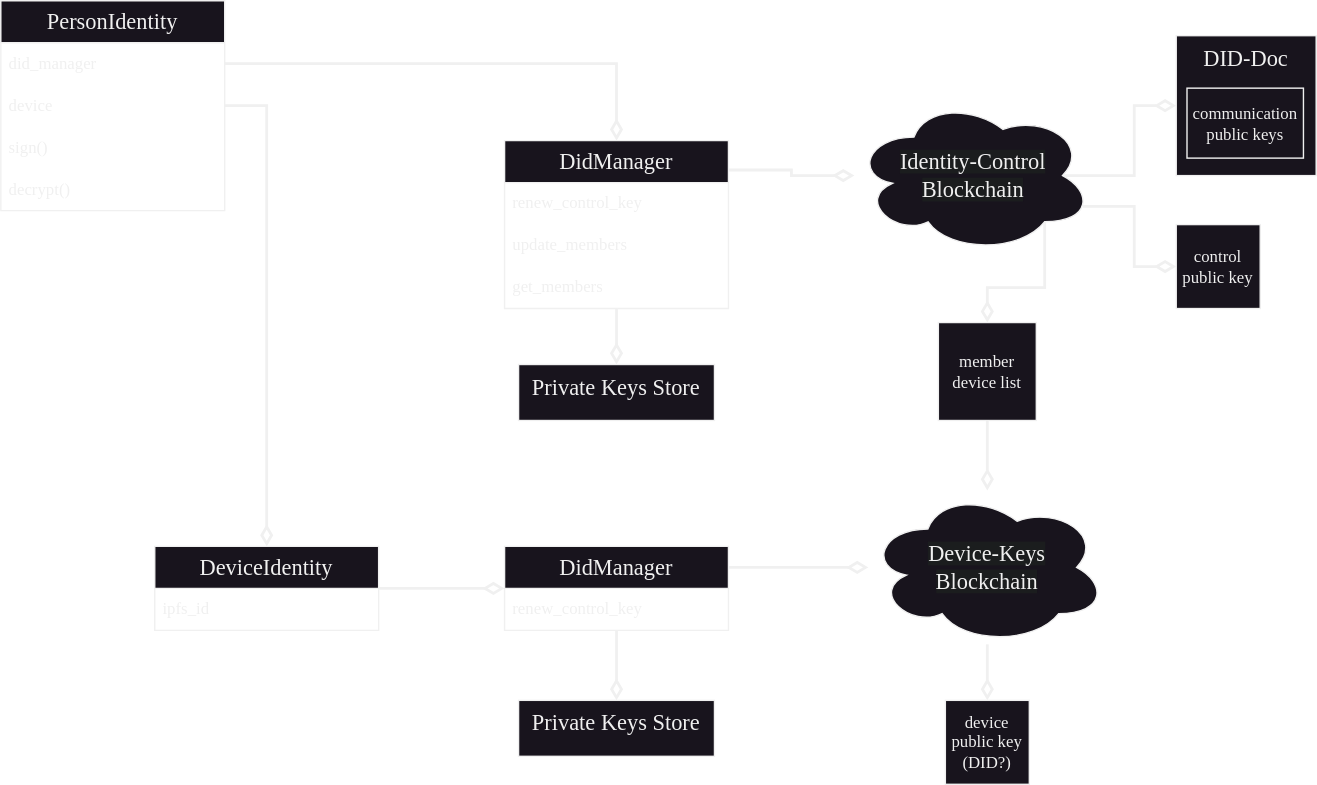
Before: KeyManagement.drawio.svg, a diagram exported from draw.io (emendir/WalytisIdentities). Source tidied: cells renumbered, new cells last; positions are measured from the earlier drawing's top-left corner, leaving out a move shared by most shapes.
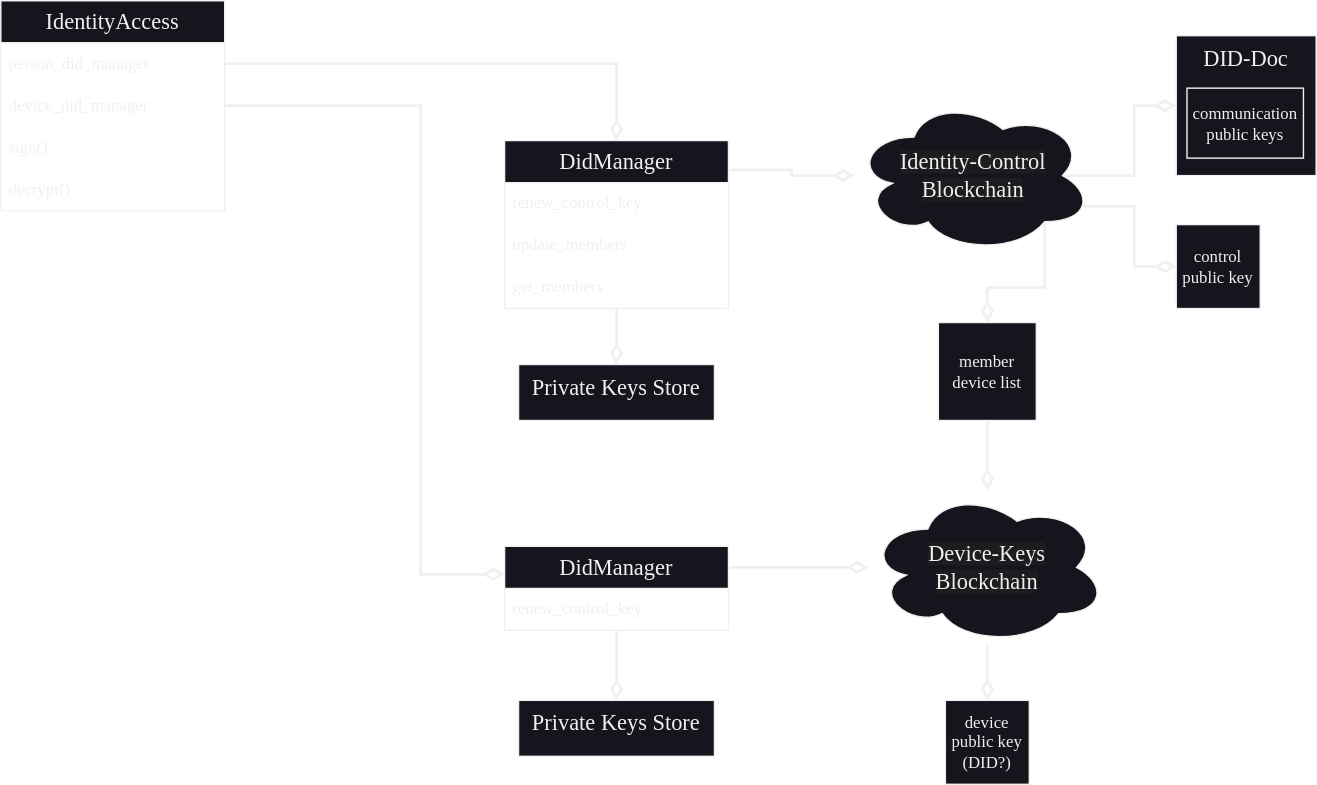
Later version of the same file.

Diff of the diagram source:
```diff
@@ -29,8 +29,13 @@
     <mxCell id="10" style="edgeStyle=orthogonalEdgeStyle;rounded=0;jettySize=auto;html=1;endArrow=diamondThin;endFill=0;strokeWidth=2;fontFamily=Libertinus;endSize=10;" parent="1" edge="1" source="32" target="9">
       <mxGeometry relative="1" as="geometry" />
     </mxCell>
-    <mxCell id="11" style="rounded=0;jettySize=auto;html=1;endArrow=diamondThin;endFill=0;strokeWidth=2;fontFamily=Libertinus;endSize=10;exitX=1;exitY=0.5;exitDx=0;exitDy=0;edgeStyle=orthogonalEdgeStyle;" parent="1" edge="1" source="27" target="21">
-      <mxGeometry relative="1" as="geometry" />
+    <mxCell id="11" style="rounded=0;jettySize=auto;html=1;endArrow=diamondThin;endFill=0;strokeWidth=2;fontFamily=Libertinus;endSize=10;exitX=1;exitY=0.5;exitDx=0;exitDy=0;edgeStyle=orthogonalEdgeStyle;" parent="1" edge="1" source="27" target="32">
+      <mxGeometry relative="1" as="geometry">
+        <Array as="points">
+          <mxPoint x="300" y="75" />
+          <mxPoint x="300" y="410" />
+        </Array>
+      </mxGeometry>
     </mxCell>
     <mxCell id="12" value="&lt;font style=&quot;font-size: 16px;&quot;&gt;DidManager&lt;/font&gt;" style="swimlane;fontStyle=0;horizontal=1;startSize=30;whiteSpace=wrap;html=1;fontFamily=Libertinus;" parent="1" vertex="1">
       <mxGeometry x="360" y="100" width="160" height="120" as="geometry" />
@@ -59,25 +64,19 @@
     <mxCell id="20" value="&lt;span style=&quot;color: rgb(240, 240, 240); font-family: Libertinus; font-size: 16px; font-style: normal; font-variant-ligatures: normal; font-variant-caps: normal; font-weight: 400; letter-spacing: normal; orphans: 2; text-align: center; text-indent: 0px; text-transform: none; widows: 2; word-spacing: 0px; -webkit-text-stroke-width: 0px; background-color: rgb(27, 29, 30); text-decoration-thickness: initial; text-decoration-style: initial; text-decoration-color: initial; float: none; display: inline !important;&quot;&gt;Identity-Control&lt;/span&gt;&lt;br style=&quot;border-color: rgb(0, 0, 0); color: rgb(240, 240, 240); font-family: Libertinus; font-size: 16px; font-style: normal; font-variant-ligatures: normal; font-variant-caps: normal; font-weight: 400; letter-spacing: normal; orphans: 2; text-align: center; text-indent: 0px; text-transform: none; widows: 2; word-spacing: 0px; -webkit-text-stroke-width: 0px; background-color: rgb(27, 29, 30); text-decoration-thickness: initial; text-decoration-style: initial; text-decoration-color: initial;&quot;&gt;&lt;span style=&quot;color: rgb(240, 240, 240); font-family: Libertinus; font-size: 16px; font-style: normal; font-variant-ligatures: normal; font-variant-caps: normal; font-weight: 400; letter-spacing: normal; orphans: 2; text-align: center; text-indent: 0px; text-transform: none; widows: 2; word-spacing: 0px; -webkit-text-stroke-width: 0px; background-color: rgb(27, 29, 30); text-decoration-thickness: initial; text-decoration-style: initial; text-decoration-color: initial; float: none; display: inline !important;&quot;&gt;Blockchain&lt;/span&gt;" style="ellipse;shape=cloud;whiteSpace=wrap;html=1;" parent="1" vertex="1">
       <mxGeometry x="610" y="70" width="170" height="110" as="geometry" />
     </mxCell>
-    <mxCell id="21" value="&lt;font style=&quot;font-size: 16px;&quot;&gt;DeviceIdentity&lt;/font&gt;" style="swimlane;fontStyle=0;horizontal=1;startSize=30;whiteSpace=wrap;html=1;fontFamily=Libertinus;" parent="1" vertex="1">
-      <mxGeometry x="110" y="390" width="160" height="60" as="geometry" />
-    </mxCell>
-    <mxCell id="22" value="ipfs_id" style="text;strokeColor=none;fillColor=none;align=left;verticalAlign=middle;spacingLeft=4;spacingRight=4;overflow=hidden;whiteSpace=wrap;html=1;fontFamily=Libertinus;" parent="21" vertex="1">
-      <mxGeometry y="30" width="160" height="30" as="geometry" />
-    </mxCell>
     <mxCell id="23" value="&lt;span style=&quot;color: rgb(240, 240, 240); font-family: Libertinus; font-size: 16px; font-style: normal; font-variant-ligatures: normal; font-variant-caps: normal; font-weight: 400; letter-spacing: normal; orphans: 2; text-align: center; text-indent: 0px; text-transform: none; widows: 2; word-spacing: 0px; -webkit-text-stroke-width: 0px; background-color: rgb(27, 29, 30); text-decoration-thickness: initial; text-decoration-style: initial; text-decoration-color: initial; float: none; display: inline !important;&quot;&gt;Device-Keys&lt;br&gt;Blockchain&lt;/span&gt;" style="ellipse;shape=cloud;whiteSpace=wrap;html=1;" parent="1" vertex="1">
       <mxGeometry x="620" y="350" width="170" height="110" as="geometry" />
     </mxCell>
     <mxCell id="24" style="edgeStyle=orthogonalEdgeStyle;rounded=0;jettySize=auto;html=1;endArrow=diamondThin;fontFamily=Libertinus;endFill=0;strokeWidth=2;endSize=10;" parent="1" edge="1" source="18" target="23">
       <mxGeometry relative="1" as="geometry" />
     </mxCell>
-    <mxCell id="25" value="&lt;font style=&quot;font-size: 16px;&quot;&gt;PersonIdentity&lt;/font&gt;" style="swimlane;fontStyle=0;horizontal=1;startSize=30;whiteSpace=wrap;html=1;fontFamily=Libertinus;" parent="1" vertex="1">
+    <mxCell id="25" value="&lt;font style=&quot;font-size: 16px;&quot;&gt;IdentityAccess&lt;/font&gt;" style="swimlane;fontStyle=0;horizontal=1;startSize=30;whiteSpace=wrap;html=1;fontFamily=Libertinus;" parent="1" vertex="1">
       <mxGeometry width="160" height="150" as="geometry" />
     </mxCell>
-    <mxCell id="26" value="did_manager" style="text;strokeColor=none;fillColor=none;align=left;verticalAlign=middle;spacingLeft=4;spacingRight=4;overflow=hidden;points=[[0,0.5],[1,0.5]];portConstraint=eastwest;whiteSpace=wrap;html=1;fontFamily=Libertinus;" parent="25" vertex="1">
+    <mxCell id="26" value="person_did_manager" style="text;strokeColor=none;fillColor=none;align=left;verticalAlign=middle;spacingLeft=4;spacingRight=4;overflow=hidden;points=[[0,0.5],[1,0.5]];portConstraint=eastwest;whiteSpace=wrap;html=1;fontFamily=Libertinus;" parent="25" vertex="1">
       <mxGeometry y="30" width="160" height="30" as="geometry" />
     </mxCell>
-    <mxCell id="27" value="device" style="text;strokeColor=none;fillColor=none;align=left;verticalAlign=middle;spacingLeft=4;spacingRight=4;overflow=hidden;points=[[0,0.5],[1,0.5]];portConstraint=eastwest;whiteSpace=wrap;html=1;fontFamily=Libertinus;" parent="25" vertex="1">
+    <mxCell id="27" value="device_did_manager" style="text;strokeColor=none;fillColor=none;align=left;verticalAlign=middle;spacingLeft=4;spacingRight=4;overflow=hidden;points=[[0,0.5],[1,0.5]];portConstraint=eastwest;whiteSpace=wrap;html=1;fontFamily=Libertinus;" parent="25" vertex="1">
       <mxGeometry y="60" width="160" height="30" as="geometry" />
     </mxCell>
     <mxCell id="28" value="sign()" style="text;strokeColor=none;fillColor=none;align=left;verticalAlign=middle;spacingLeft=4;spacingRight=4;overflow=hidden;whiteSpace=wrap;html=1;fontFamily=Libertinus;" parent="25" vertex="1">
@@ -89,9 +88,6 @@
     <mxCell id="30" style="edgeStyle=orthogonalEdgeStyle;rounded=0;jettySize=auto;html=1;exitX=1;exitY=0.5;exitDx=0;exitDy=0;endArrow=diamondThin;fontFamily=Libertinus;endFill=0;strokeWidth=2;endSize=10;" parent="1" edge="1" source="26" target="12">
       <mxGeometry relative="1" as="geometry" />
     </mxCell>
-    <mxCell id="31" style="edgeStyle=orthogonalEdgeStyle;rounded=0;jettySize=auto;html=1;endArrow=diamondThin;fontFamily=Libertinus;endFill=0;strokeWidth=2;endSize=10;" parent="1" edge="1" source="21" target="32">
-      <mxGeometry relative="1" as="geometry" />
-    </mxCell>
     <mxCell id="32" value="&lt;font style=&quot;font-size: 16px;&quot;&gt;DidManager&lt;/font&gt;" style="swimlane;fontStyle=0;horizontal=1;startSize=30;whiteSpace=wrap;html=1;fontFamily=Libertinus;" parent="1" vertex="1">
       <mxGeometry x="360" y="390" width="160" height="60" as="geometry" />
     </mxCell>
```
